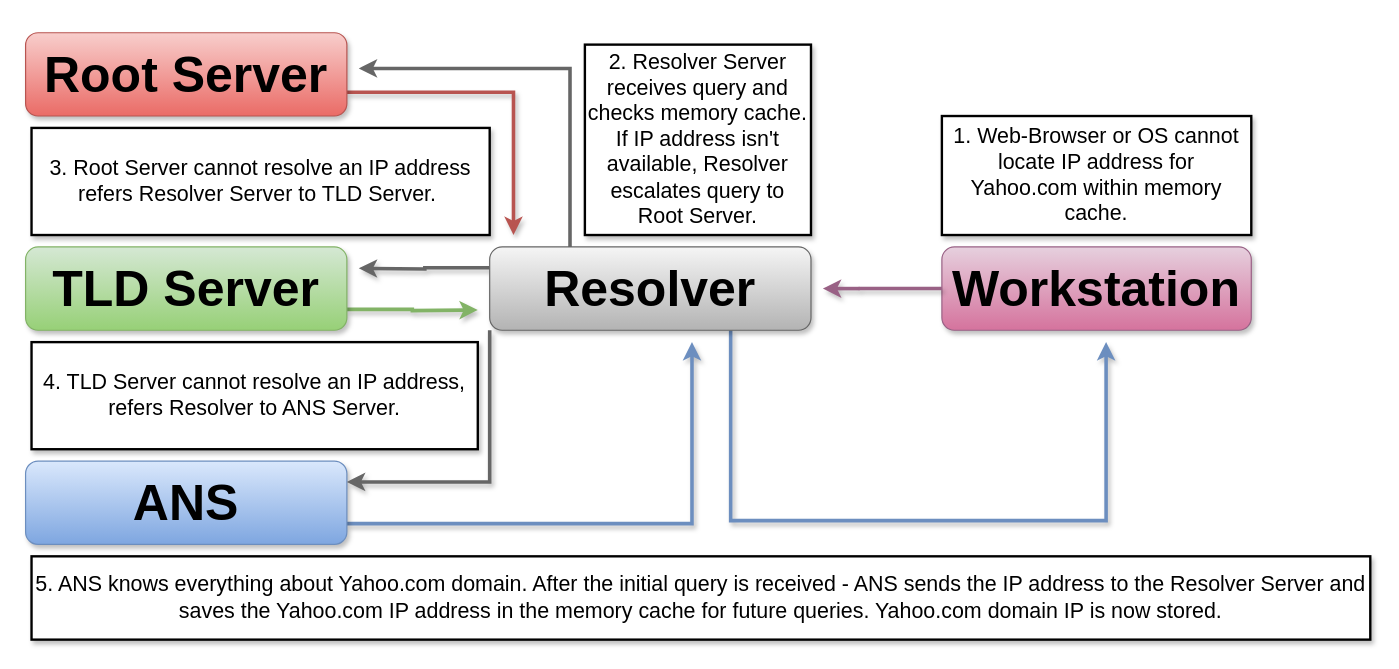
Earlier version of the draw.io diagram Untitled Diagram.drawio (Bmjbrinkley/Documentation). Source tidied: cells renumbered, new cells numbered last; positions are measured from the earlier drawing's top-left corner, leaving out a move shared by most shapes. Both pictures are drawn from the tidied source at 119%, with x=0, y=0 at pixel (25, 32).
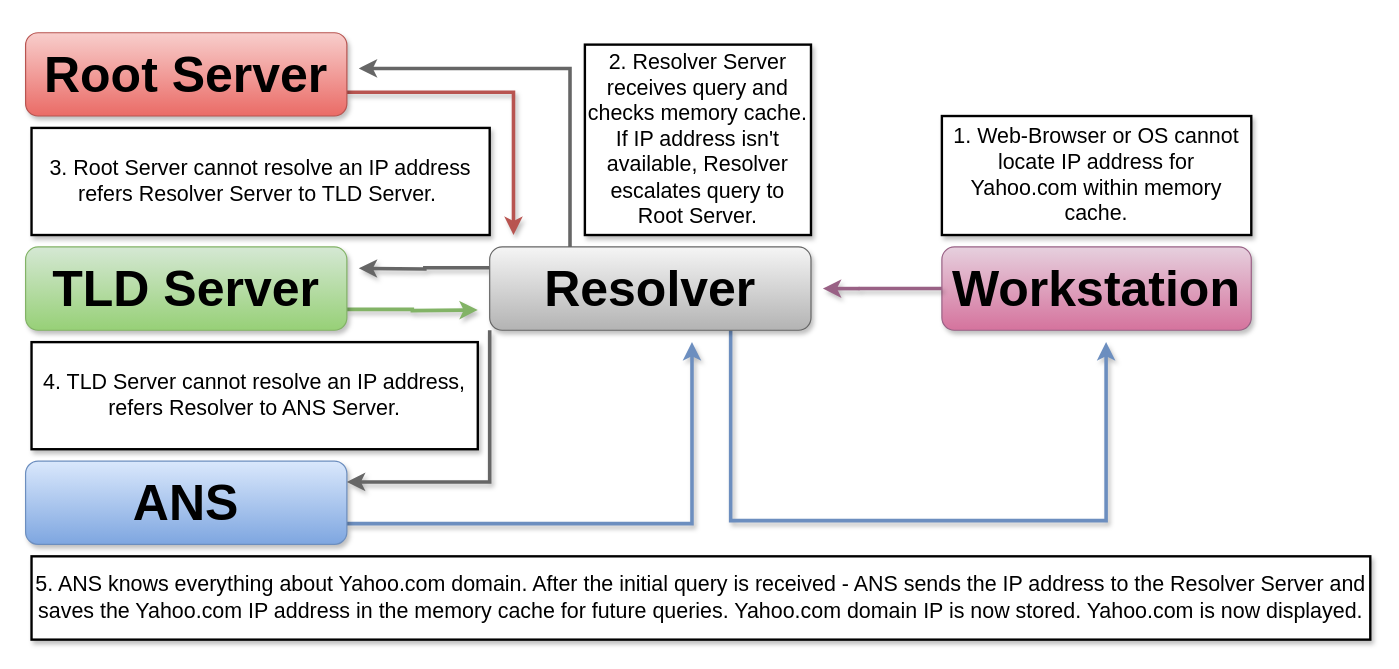
After the change.

Diff of the diagram source:
```diff
@@
-    <mxCell id="20" value="5. ANS knows everything about Yahoo.com domain. After the initial query is received - ANS sends the IP address to the Resolver Server and saves the Yahoo.com IP address in the memory cache for future queries. Yahoo.com domain IP is now stored." style="rounded=0;whiteSpace=wrap;html=1;shadow=1;glass=0;labelBackgroundColor=none;sketch=0;fontSize=18;strokeWidth=2;fontStyle=0;" parent="1" vertex="1">
+    <mxCell id="20" value="5. ANS knows everything about Yahoo.com domain. After the initial query is received - ANS sends the IP address to the Resolver Server and saves the Yahoo.com IP address in the memory cache for future queries. Yahoo.com domain IP is now stored. Yahoo.com is now displayed." style="rounded=0;whiteSpace=wrap;html=1;shadow=1;glass=0;labelBackgroundColor=none;sketch=0;fontSize=18;strokeWidth=2;fontStyle=0;" parent="1" vertex="1">
       <mxGeometry x="5" y="440" width="1125" height="70" as="geometry" />
     </mxCell>
```
